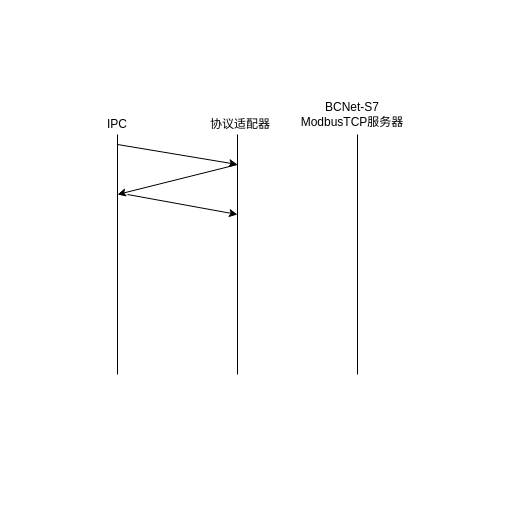
kanghealth1995/hello-world keeps this draw.io diagram as Untitled Diagram.drawio. Above is the earlier version. Source tidied: cells renumbered, new cells numbered last; positions are measured from the earlier drawing's top-left corner, leaving out a move shared by most shapes. Both pictures are drawn from the tidied source at 100%, with x=0, y=0 at pixel (97, 104).
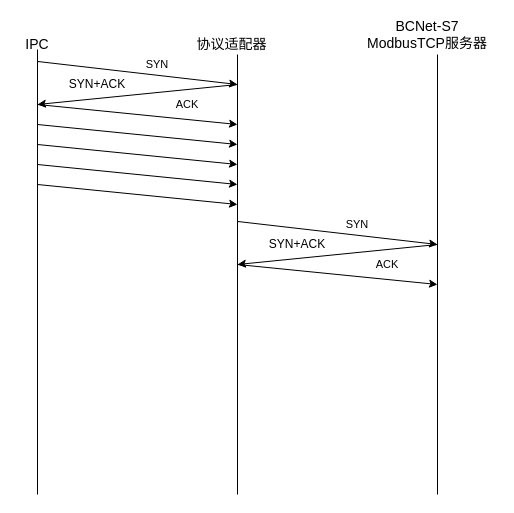
After the change.

What changed in the source:
```diff
@@
     <mxCell id="2" style="endArrow=none;html=1;" parent="1" edge="1">
       <mxGeometry relative="1" as="geometry">
-        <mxPoint x="140" y="270" as="sourcePoint" />
-        <mxPoint x="140" y="30" as="targetPoint" />
+        <mxPoint x="140" y="390" as="sourcePoint" />
+        <mxPoint x="140" y="-50" as="targetPoint" />
       </mxGeometry>
     </mxCell>
     <mxCell id="3" style="endArrow=none;html=1;" parent="1" edge="1">
       <mxGeometry relative="1" as="geometry">
-        <mxPoint x="20" y="270" as="sourcePoint" />
-        <mxPoint x="20" y="30" as="targetPoint" />
+        <mxPoint x="-60" y="390" as="sourcePoint" />
+        <mxPoint x="-60" y="-55" as="targetPoint" />
       </mxGeometry>
     </mxCell>
     <mxCell id="4" style="endArrow=none;html=1;" parent="1" edge="1">
       <mxGeometry relative="1" as="geometry">
-        <mxPoint x="260" y="270" as="sourcePoint" />
-        <mxPoint x="260" y="30" as="targetPoint" />
+        <mxPoint x="340" y="390" as="sourcePoint" />
+        <mxPoint x="340" y="-50" as="targetPoint" />
       </mxGeometry>
     </mxCell>
-    <mxCell id="5" style="endArrow=classic;html=1;" parent="1" edge="1">
+    <mxCell id="5" style="endArrow=classic;html=1;exitX=0.508;exitY=1.35;exitDx=0;exitDy=0;exitPerimeter=0;" parent="1" edge="1" source="8">
       <mxGeometry relative="1" as="geometry">
-        <mxPoint x="20" y="40" as="sourcePoint" />
-        <mxPoint x="140" y="60" as="targetPoint" />
+        <mxPoint x="140" y="-20" as="targetPoint" />
       </mxGeometry>
     </mxCell>
     <mxCell id="6" style="endArrow=classic;html=1;" parent="1" edge="1">
       <mxGeometry relative="1" as="geometry">
-        <mxPoint x="140" y="60" as="sourcePoint" />
-        <mxPoint x="20" y="90" as="targetPoint" />
+        <mxPoint x="140" y="-20" as="sourcePoint" />
+        <mxPoint x="-60" as="targetPoint" />
       </mxGeometry>
     </mxCell>
     <mxCell id="7" style="endArrow=classic;html=1;" parent="1" edge="1">
       <mxGeometry relative="1" as="geometry">
-        <mxPoint x="30" y="90" as="sourcePoint" />
-        <mxPoint x="140" y="110" as="targetPoint" />
+        <mxPoint x="-60" as="sourcePoint" />
+        <mxPoint x="140" y="20" as="targetPoint" />
       </mxGeometry>
     </mxCell>
-    <mxCell id="8" value="IPC" style="text;html=1;strokeColor=none;fillColor=none;align=center;verticalAlign=middle;whiteSpace=wrap;rounded=0;" parent="1" vertex="1">
-      <mxGeometry y="10" width="40" height="20" as="geometry" />
+    <mxCell id="8" value="&lt;font style=&quot;font-size: 14px&quot;&gt;IPC&lt;/font&gt;" style="text;html=1;strokeColor=none;fillColor=none;align=center;verticalAlign=middle;whiteSpace=wrap;rounded=0;" parent="1" vertex="1">
+      <mxGeometry x="-80" y="-70" width="40" height="20" as="geometry" />
     </mxCell>
-    <mxCell id="9" value="协议适配器" style="text;html=1;strokeColor=none;fillColor=none;align=center;verticalAlign=middle;whiteSpace=wrap;rounded=0;" parent="1" vertex="1">
-      <mxGeometry x="110" y="10" width="66" height="20" as="geometry" />
+    <mxCell id="9" value="&lt;font style=&quot;font-size: 14px&quot;&gt;协议适配器&lt;/font&gt;" style="text;html=1;strokeColor=none;fillColor=none;align=center;verticalAlign=middle;whiteSpace=wrap;rounded=0;" parent="1" vertex="1">
+      <mxGeometry x="90" y="-70" width="89" height="20" as="geometry" />
     </mxCell>
-    <mxCell id="10" value="BCNet-S7&lt;br&gt;ModbusTCP服务器" style="text;html=1;strokeColor=none;fillColor=none;align=center;verticalAlign=middle;whiteSpace=wrap;rounded=0;" parent="1" vertex="1">
-      <mxGeometry x="200" width="110" height="20" as="geometry" />
+    <mxCell id="10" value="&lt;font style=&quot;font-size: 14px&quot;&gt;BCNet-S7&lt;br&gt;ModbusTCP服务器&lt;/font&gt;" style="text;html=1;strokeColor=none;fillColor=none;align=center;verticalAlign=middle;whiteSpace=wrap;rounded=0;" parent="1" vertex="1">
+      <mxGeometry x="260" y="-80" width="140" height="20" as="geometry" />
     </mxCell>
+    <mxCell id="11" value="&lt;font style=&quot;font-size: 11px&quot;&gt;ACK&lt;br&gt;&lt;/font&gt;" style="text;html=1;strokeColor=none;fillColor=none;align=center;verticalAlign=middle;whiteSpace=wrap;rounded=0;" parent="1" vertex="1">
+      <mxGeometry x="70" y="-10" width="40" height="20" as="geometry" />
+    </mxCell>
+    <mxCell id="12" value="SYN+ACK" style="text;html=1;strokeColor=none;fillColor=none;align=center;verticalAlign=middle;whiteSpace=wrap;rounded=0;" parent="1" vertex="1">
+      <mxGeometry x="-20" y="-30" width="40" height="20" as="geometry" />
+    </mxCell>
+    <mxCell id="13" value="&lt;font style=&quot;font-size: 11px&quot;&gt;SYN&lt;/font&gt;" style="text;html=1;strokeColor=none;fillColor=none;align=center;verticalAlign=middle;whiteSpace=wrap;rounded=0;" parent="1" vertex="1">
+      <mxGeometry x="40" y="-50" width="40" height="20" as="geometry" />
+    </mxCell>
+    <mxCell id="14" style="endArrow=classic;html=1;exitX=0.508;exitY=1.35;exitDx=0;exitDy=0;exitPerimeter=0;" parent="1" edge="1">
+      <mxGeometry relative="1" as="geometry">
+        <mxPoint x="140.3" y="117" as="sourcePoint" />
+        <mxPoint x="340" y="140" as="targetPoint" />
+      </mxGeometry>
+    </mxCell>
+    <mxCell id="15" style="endArrow=classic;html=1;" parent="1" edge="1">
+      <mxGeometry relative="1" as="geometry">
+        <mxPoint x="340" y="140" as="sourcePoint" />
+        <mxPoint x="140" y="160" as="targetPoint" />
+      </mxGeometry>
+    </mxCell>
+    <mxCell id="16" style="endArrow=classic;html=1;" parent="1" edge="1">
+      <mxGeometry relative="1" as="geometry">
+        <mxPoint x="140" y="160" as="sourcePoint" />
+        <mxPoint x="340" y="180" as="targetPoint" />
+      </mxGeometry>
+    </mxCell>
+    <mxCell id="17" value="&lt;font style=&quot;font-size: 11px&quot;&gt;ACK&lt;br&gt;&lt;/font&gt;" style="text;html=1;strokeColor=none;fillColor=none;align=center;verticalAlign=middle;whiteSpace=wrap;rounded=0;" parent="1" vertex="1">
+      <mxGeometry x="270" y="150" width="40" height="20" as="geometry" />
+    </mxCell>
+    <mxCell id="18" value="SYN+ACK" style="text;html=1;strokeColor=none;fillColor=none;align=center;verticalAlign=middle;whiteSpace=wrap;rounded=0;" parent="1" vertex="1">
+      <mxGeometry x="180" y="130" width="40" height="20" as="geometry" />
+    </mxCell>
+    <mxCell id="19" value="&lt;font style=&quot;font-size: 11px&quot;&gt;SYN&lt;/font&gt;" style="text;html=1;strokeColor=none;fillColor=none;align=center;verticalAlign=middle;whiteSpace=wrap;rounded=0;" parent="1" vertex="1">
+      <mxGeometry x="240" y="110" width="40" height="20" as="geometry" />
+    </mxCell>
+    <mxCell id="20" style="endArrow=classic;html=1;" parent="1" edge="1">
+      <mxGeometry relative="1" as="geometry">
+        <mxPoint x="-60" y="20" as="sourcePoint" />
+        <mxPoint x="140" y="40" as="targetPoint" />
+      </mxGeometry>
+    </mxCell>
+    <mxCell id="21" style="endArrow=classic;html=1;" parent="1" edge="1">
+      <mxGeometry relative="1" as="geometry">
+        <mxPoint x="-60" y="40" as="sourcePoint" />
+        <mxPoint x="140" y="60" as="targetPoint" />
+      </mxGeometry>
+    </mxCell>
+    <mxCell id="22" style="endArrow=classic;html=1;" parent="1" edge="1">
+      <mxGeometry relative="1" as="geometry">
+        <mxPoint x="-60" y="60" as="sourcePoint" />
+        <mxPoint x="140" y="80" as="targetPoint" />
+      </mxGeometry>
+    </mxCell>
+    <mxCell id="23" style="endArrow=classic;html=1;" parent="1" edge="1">
+      <mxGeometry relative="1" as="geometry">
+        <mxPoint x="-60" y="80" as="sourcePoint" />
+        <mxPoint x="140" y="100" as="targetPoint" />
+      </mxGeometry>
+    </mxCell>
```
